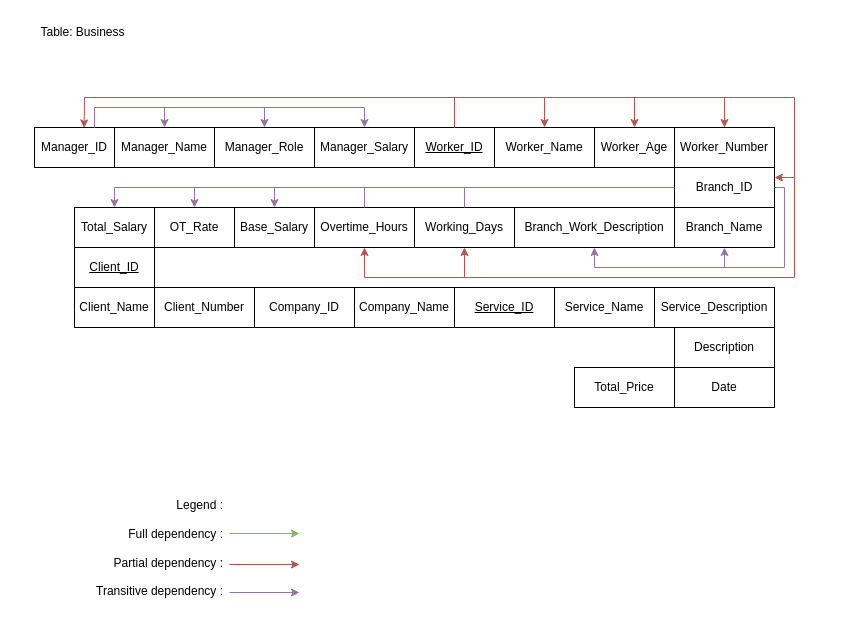
Above: normalizationWIA2001assg.drawio in justn0thinghere/drawio (draw.io), before the change. Source tidied: cells renumbered, new cells numbered last; positions are measured from the earlier drawing's top-left corner, leaving out a move shared by most shapes. Both pictures are drawn from the tidied source at 100%, with x=0, y=0 at pixel (27, 17).
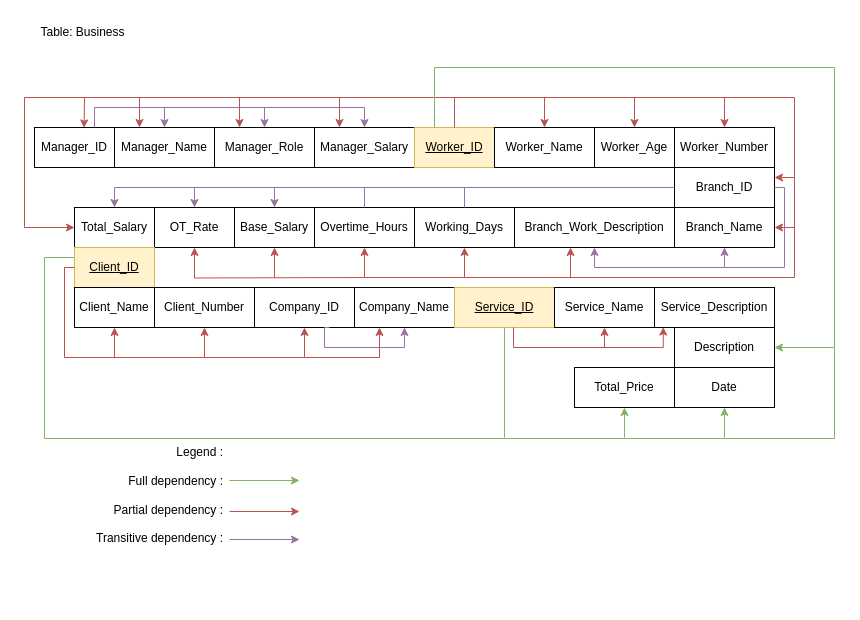
The same diagram, later.

Unchanged cells that the change refers to:
```xml
<mxCell id="3" value="Manager_Name" style="rounded=0;whiteSpace=wrap;html=1;" parent="1" vertex="1">
  <mxGeometry x="87" y="110" width="100" height="40" as="geometry" />
</mxCell>
<mxCell id="4" value="Manager_Role" style="rounded=0;whiteSpace=wrap;html=1;" parent="1" vertex="1">
  <mxGeometry x="187" y="110" width="100" height="40" as="geometry" />
</mxCell>
<mxCell id="5" value="Manager_Salary" style="rounded=0;whiteSpace=wrap;html=1;" parent="1" vertex="1">
  <mxGeometry x="287" y="110" width="100" height="40" as="geometry" />
</mxCell>
<mxCell id="12" value="Branch_Name" style="rounded=0;whiteSpace=wrap;html=1;" parent="1" vertex="1">
  <mxGeometry x="647" y="190" width="100" height="40" as="geometry" />
</mxCell>
<mxCell id="16" value="Base_Salary" style="rounded=0;whiteSpace=wrap;html=1;" parent="1" vertex="1">
  <mxGeometry x="207" y="190" width="80" height="40" as="geometry" />
</mxCell>
<mxCell id="17" value="OT_Rate" style="rounded=0;whiteSpace=wrap;html=1;" parent="1" vertex="1">
  <mxGeometry x="127" y="190" width="80" height="40" as="geometry" />
</mxCell>
<mxCell id="18" value="Total_Salary" style="rounded=0;whiteSpace=wrap;html=1;" parent="1" vertex="1">
  <mxGeometry x="47" y="190" width="80" height="40" as="geometry" />
</mxCell>
<mxCell id="20" value="Client_Name" style="rounded=0;whiteSpace=wrap;html=1;" parent="1" vertex="1">
  <mxGeometry x="47" y="270" width="80" height="40" as="geometry" />
</mxCell>
<mxCell id="21" value="Client_Number" style="rounded=0;whiteSpace=wrap;html=1;" parent="1" vertex="1">
  <mxGeometry x="127" y="270" width="100" height="40" as="geometry" />
</mxCell>
<mxCell id="22" value="Company_ID" style="rounded=0;whiteSpace=wrap;html=1;" parent="1" vertex="1">
  <mxGeometry x="227" y="270" width="100" height="40" as="geometry" />
</mxCell>
<mxCell id="23" value="Company_Name" style="rounded=0;whiteSpace=wrap;html=1;" parent="1" vertex="1">
  <mxGeometry x="327" y="270" width="100" height="40" as="geometry" />
</mxCell>
<mxCell id="25" value="Service_Name" style="rounded=0;whiteSpace=wrap;html=1;" parent="1" vertex="1">
  <mxGeometry x="527" y="270" width="100" height="40" as="geometry" />
</mxCell>
<mxCell id="26" value="Service_Description" style="rounded=0;whiteSpace=wrap;html=1;" parent="1" vertex="1">
  <mxGeometry x="627" y="270" width="120" height="40" as="geometry" />
</mxCell>
<mxCell id="27" value="Description" style="rounded=0;whiteSpace=wrap;html=1;" parent="1" vertex="1">
  <mxGeometry x="647" y="310" width="100" height="40" as="geometry" />
</mxCell>
<mxCell id="28" value="Date" style="rounded=0;whiteSpace=wrap;html=1;" parent="1" vertex="1">
  <mxGeometry x="647" y="350" width="100" height="40" as="geometry" />
</mxCell>
<mxCell id="29" value="Total_Price" style="rounded=0;whiteSpace=wrap;html=1;" parent="1" vertex="1">
  <mxGeometry x="547" y="350" width="100" height="40" as="geometry" />
</mxCell>
```

The edit, as a diff of the source:
```diff
@@
-    <mxCell id="6" value="&lt;u&gt;Worker_ID&lt;/u&gt;" style="rounded=0;whiteSpace=wrap;html=1;" parent="1" vertex="1">
+    <mxCell id="6" value="&lt;u&gt;Worker_ID&lt;/u&gt;" style="rounded=0;whiteSpace=wrap;html=1;fillColor=#fff2cc;strokeColor=#d6b656;" parent="1" vertex="1">
       <mxGeometry x="387" y="110" width="80" height="40" as="geometry" />
     </mxCell>
@@
-    <mxCell id="19" value="&lt;u&gt;Client_ID&lt;/u&gt;" style="rounded=0;whiteSpace=wrap;html=1;" parent="1" vertex="1">
+    <mxCell id="19" value="&lt;u&gt;Client_ID&lt;/u&gt;" style="rounded=0;whiteSpace=wrap;html=1;fillColor=#fff2cc;strokeColor=#d6b656;" parent="1" vertex="1">
       <mxGeometry x="47" y="230" width="80" height="40" as="geometry" />
     </mxCell>
@@
-    <mxCell id="24" value="&lt;u&gt;Service_ID&lt;/u&gt;" style="rounded=0;whiteSpace=wrap;html=1;" parent="1" vertex="1">
+    <mxCell id="24" value="&lt;u&gt;Service_ID&lt;/u&gt;" style="rounded=0;whiteSpace=wrap;html=1;fillColor=#fff2cc;strokeColor=#d6b656;" parent="1" vertex="1">
       <mxGeometry x="427" y="270" width="100" height="40" as="geometry" />
     </mxCell>
@@
-    <mxCell id="30" value="Legend :&lt;div&gt;&lt;br&gt;&lt;div&gt;Full dependency :&lt;/div&gt;&lt;div&gt;&lt;br&gt;&lt;/div&gt;&lt;div&gt;Partial dependency :&lt;/div&gt;&lt;div&gt;&lt;br&gt;&lt;/div&gt;&lt;div&gt;Transitive dependency :&lt;/div&gt;&lt;/div&gt;" style="text;html=1;align=right;verticalAlign=middle;strokeColor=none;fillColor=none;" parent="1" vertex="1">
-      <mxGeometry x="47" y="476" width="150" height="110" as="geometry" />
-    </mxCell>
-    <mxCell id="31" style="endArrow=classic;html=1;rounded=0;fillColor=#d5e8d4;strokeColor=#82b366;" parent="1" edge="1">
-      <mxGeometry relative="1" as="geometry">
-        <mxPoint x="202" y="516" as="sourcePoint" />
-        <mxPoint x="272" y="516" as="targetPoint" />
-      </mxGeometry>
-    </mxCell>
-    <mxCell id="32" style="endArrow=classic;html=1;rounded=0;fillColor=#f8cecc;strokeColor=#b85450;" parent="1" edge="1">
-      <mxGeometry relative="1" as="geometry">
-        <mxPoint x="202" y="547" as="sourcePoint" />
-        <mxPoint x="272" y="547" as="targetPoint" />
-      </mxGeometry>
-    </mxCell>
-    <mxCell id="33" style="endArrow=classic;html=1;rounded=0;fillColor=#e1d5e7;strokeColor=#9673a6;" parent="1" edge="1">
-      <mxGeometry relative="1" as="geometry">
-        <mxPoint x="202" y="575" as="sourcePoint" />
-        <mxPoint x="272" y="575" as="targetPoint" />
-      </mxGeometry>
-    </mxCell>
@@
+    <mxCell id="55" style="group;" parent="1" vertex="1">
+      <mxGeometry x="47" y="423" width="225" height="110" as="geometry" />
+    </mxCell>
+    <mxCell id="30" value="Legend :&lt;div&gt;&lt;br&gt;&lt;div&gt;Full dependency :&lt;/div&gt;&lt;div&gt;&lt;br&gt;&lt;/div&gt;&lt;div&gt;Partial dependency :&lt;/div&gt;&lt;div&gt;&lt;br&gt;&lt;/div&gt;&lt;div&gt;Transitive dependency :&lt;/div&gt;&lt;/div&gt;" style="text;html=1;align=right;verticalAlign=middle;strokeColor=none;fillColor=none;" parent="55" vertex="1">
+      <mxGeometry width="150" height="110" as="geometry" />
+    </mxCell>
+    <mxCell id="31" style="endArrow=classic;html=1;rounded=0;fillColor=#d5e8d4;strokeColor=#82b366;" parent="55" edge="1">
+      <mxGeometry relative="1" as="geometry">
+        <mxPoint x="155" y="40" as="sourcePoint" />
+        <mxPoint x="225" y="40" as="targetPoint" />
+      </mxGeometry>
+    </mxCell>
+    <mxCell id="32" style="endArrow=classic;html=1;rounded=0;fillColor=#f8cecc;strokeColor=#b85450;" parent="55" edge="1">
+      <mxGeometry relative="1" as="geometry">
+        <mxPoint x="155" y="71" as="sourcePoint" />
+        <mxPoint x="225" y="71" as="targetPoint" />
+      </mxGeometry>
+    </mxCell>
+    <mxCell id="33" style="endArrow=classic;html=1;rounded=0;fillColor=#e1d5e7;strokeColor=#9673a6;" parent="55" edge="1">
+      <mxGeometry relative="1" as="geometry">
+        <mxPoint x="155" y="99" as="sourcePoint" />
+        <mxPoint x="225" y="99" as="targetPoint" />
+      </mxGeometry>
+    </mxCell>
+    <mxCell id="56" style="endArrow=classic;html=1;rounded=0;edgeStyle=orthogonalEdgeStyle;fillColor=#f8cecc;strokeColor=#b85450;exitX=0;exitY=0.5;exitDx=0;exitDy=0;entryX=0.5;entryY=1;entryDx=0;entryDy=0;" parent="1" edge="1" source="19" target="22">
+      <mxGeometry relative="1" as="geometry">
+        <Array as="points">
+          <mxPoint x="37" y="250" />
+          <mxPoint x="37" y="340" />
+          <mxPoint x="277" y="340" />
+        </Array>
+      </mxGeometry>
+    </mxCell>
+    <mxCell id="57" style="endArrow=classic;html=1;rounded=0;entryX=0.5;entryY=1;entryDx=0;entryDy=0;fillColor=#f8cecc;strokeColor=#b85450;" parent="1" edge="1" target="20">
+      <mxGeometry relative="1" as="geometry">
+        <mxPoint x="87" y="340" as="sourcePoint" />
+      </mxGeometry>
+    </mxCell>
+    <mxCell id="58" style="endArrow=classic;html=1;rounded=0;entryX=0.5;entryY=1;entryDx=0;entryDy=0;fillColor=#f8cecc;strokeColor=#b85450;" parent="1" edge="1" target="21">
+      <mxGeometry relative="1" as="geometry">
+        <mxPoint x="177" y="340" as="sourcePoint" />
+      </mxGeometry>
+    </mxCell>
+    <mxCell id="59" style="endArrow=classic;html=1;rounded=0;fillColor=#e1d5e7;strokeColor=#9673a6;edgeStyle=orthogonalEdgeStyle;entryX=0.5;entryY=1;entryDx=0;entryDy=0;exitX=0.75;exitY=1;exitDx=0;exitDy=0;" parent="1" edge="1" source="22" target="23">
+      <mxGeometry relative="1" as="geometry">
+        <Array as="points">
+          <mxPoint x="297" y="310" />
+          <mxPoint x="297" y="330" />
+          <mxPoint x="377" y="330" />
+        </Array>
+      </mxGeometry>
+    </mxCell>
+    <mxCell id="60" style="endArrow=classic;html=1;rounded=0;edgeStyle=orthogonalEdgeStyle;fillColor=#f8cecc;strokeColor=#b85450;entryX=0.073;entryY=0.99;entryDx=0;entryDy=0;entryPerimeter=0;" parent="1" edge="1" target="26">
+      <mxGeometry relative="1" as="geometry">
+        <mxPoint x="486" y="310" as="sourcePoint" />
+        <Array as="points">
+          <mxPoint x="486" y="330" />
+          <mxPoint x="636" y="330" />
+        </Array>
+      </mxGeometry>
+    </mxCell>
+    <mxCell id="61" style="endArrow=classic;html=1;rounded=0;fillColor=#f8cecc;strokeColor=#b85450;entryX=0.5;entryY=1;entryDx=0;entryDy=0;" parent="1" edge="1" target="25">
+      <mxGeometry relative="1" as="geometry">
+        <mxPoint x="577" y="330" as="sourcePoint" />
+      </mxGeometry>
+    </mxCell>
+    <mxCell id="62" style="endArrow=none;html=1;rounded=0;entryX=0.25;entryY=0;entryDx=0;entryDy=0;edgeStyle=orthogonalEdgeStyle;fillColor=#d5e8d4;strokeColor=#82b366;exitX=0;exitY=0.25;exitDx=0;exitDy=0;" parent="1" edge="1" source="19" target="6">
+      <mxGeometry relative="1" as="geometry">
+        <Array as="points">
+          <mxPoint x="17" y="240" />
+          <mxPoint x="17" y="421" />
+          <mxPoint x="807" y="421" />
+          <mxPoint x="807" y="50" />
+          <mxPoint x="407" y="50" />
+        </Array>
+      </mxGeometry>
+    </mxCell>
+    <mxCell id="63" style="endArrow=none;html=1;rounded=0;entryX=0.5;entryY=1;entryDx=0;entryDy=0;fillColor=#d5e8d4;strokeColor=#82b366;" parent="1" edge="1" target="24">
+      <mxGeometry relative="1" as="geometry">
+        <mxPoint x="477" y="420" as="sourcePoint" />
+      </mxGeometry>
+    </mxCell>
+    <mxCell id="64" style="endArrow=classic;html=1;rounded=0;entryX=0.5;entryY=1;entryDx=0;entryDy=0;fillColor=#d5e8d4;strokeColor=#82b366;" parent="1" edge="1" target="29">
+      <mxGeometry relative="1" as="geometry">
+        <mxPoint x="597" y="420" as="sourcePoint" />
+      </mxGeometry>
+    </mxCell>
+    <mxCell id="65" style="endArrow=classic;html=1;rounded=0;entryX=0.5;entryY=1;entryDx=0;entryDy=0;fillColor=#d5e8d4;strokeColor=#82b366;" parent="1" edge="1" target="28">
+      <mxGeometry relative="1" as="geometry">
+        <mxPoint x="697" y="420" as="sourcePoint" />
+      </mxGeometry>
+    </mxCell>
+    <mxCell id="66" style="endArrow=classic;html=1;rounded=0;entryX=1;entryY=0.5;entryDx=0;entryDy=0;fillColor=#d5e8d4;strokeColor=#82b366;" parent="1" edge="1" target="27">
+      <mxGeometry relative="1" as="geometry">
+        <mxPoint x="807" y="330" as="sourcePoint" />
+      </mxGeometry>
+    </mxCell>
+    <mxCell id="67" style="endArrow=classic;html=1;rounded=0;entryX=1;entryY=0.5;entryDx=0;entryDy=0;fillColor=#f8cecc;strokeColor=#b85450;" parent="1" edge="1" target="12">
+      <mxGeometry relative="1" as="geometry">
+        <mxPoint x="767" y="210" as="sourcePoint" />
+      </mxGeometry>
+    </mxCell>
+    <mxCell id="68" style="endArrow=classic;html=1;rounded=0;fillColor=#f8cecc;strokeColor=#b85450;" parent="1" edge="1">
+      <mxGeometry relative="1" as="geometry">
+        <mxPoint x="543" y="260" as="sourcePoint" />
+        <mxPoint x="543" y="230" as="targetPoint" />
+      </mxGeometry>
+    </mxCell>
+    <mxCell id="69" style="endArrow=classic;html=1;rounded=0;entryX=0;entryY=0.5;entryDx=0;entryDy=0;edgeStyle=orthogonalEdgeStyle;fillColor=#f8cecc;strokeColor=#b85450;" parent="1" edge="1" target="18">
+      <mxGeometry relative="1" as="geometry">
+        <mxPoint x="57" y="80" as="sourcePoint" />
+        <Array as="points">
+          <mxPoint x="-3" y="80" />
+          <mxPoint x="-3" y="210" />
+        </Array>
+      </mxGeometry>
+    </mxCell>
+    <mxCell id="70" style="endArrow=classic;html=1;rounded=0;entryX=0.25;entryY=0;entryDx=0;entryDy=0;fillColor=#f8cecc;strokeColor=#b85450;" parent="1" edge="1" target="3">
+      <mxGeometry relative="1" as="geometry">
+        <mxPoint x="112" y="80" as="sourcePoint" />
+      </mxGeometry>
+    </mxCell>
+    <mxCell id="71" style="endArrow=classic;html=1;rounded=0;entryX=0.25;entryY=0;entryDx=0;entryDy=0;fillColor=#f8cecc;strokeColor=#b85450;" parent="1" edge="1" target="4">
+      <mxGeometry relative="1" as="geometry">
+        <mxPoint x="212" y="80" as="sourcePoint" />
+      </mxGeometry>
+    </mxCell>
+    <mxCell id="72" style="endArrow=classic;html=1;rounded=0;entryX=0.25;entryY=0;entryDx=0;entryDy=0;fillColor=#f8cecc;strokeColor=#b85450;" parent="1" edge="1" target="5">
+      <mxGeometry relative="1" as="geometry">
+        <mxPoint x="312" y="80" as="sourcePoint" />
+      </mxGeometry>
+    </mxCell>
+    <mxCell id="73" style="endArrow=classic;html=1;rounded=0;edgeStyle=orthogonalEdgeStyle;entryX=0.5;entryY=1;entryDx=0;entryDy=0;fillColor=#f8cecc;strokeColor=#b85450;" parent="1" edge="1" target="17">
+      <mxGeometry relative="1" as="geometry">
+        <mxPoint x="337" y="260" as="sourcePoint" />
+      </mxGeometry>
+    </mxCell>
+    <mxCell id="74" style="endArrow=classic;html=1;rounded=0;entryX=0.25;entryY=1;entryDx=0;entryDy=0;edgeStyle=orthogonalEdgeStyle;fillColor=#f8cecc;strokeColor=#b85450;" parent="1" edge="1" target="23">
+      <mxGeometry relative="1" as="geometry">
+        <mxPoint x="277" y="330" as="sourcePoint" />
+        <Array as="points">
+          <mxPoint x="277" y="340" />
+          <mxPoint x="352" y="340" />
+        </Array>
+      </mxGeometry>
+    </mxCell>
+    <mxCell id="75" style="endArrow=classic;html=1;rounded=0;entryX=0.5;entryY=1;entryDx=0;entryDy=0;fillColor=#f8cecc;strokeColor=#b85450;" parent="1" edge="1" target="16">
+      <mxGeometry relative="1" as="geometry">
+        <mxPoint x="247" y="260" as="sourcePoint" />
+      </mxGeometry>
+    </mxCell>
```
